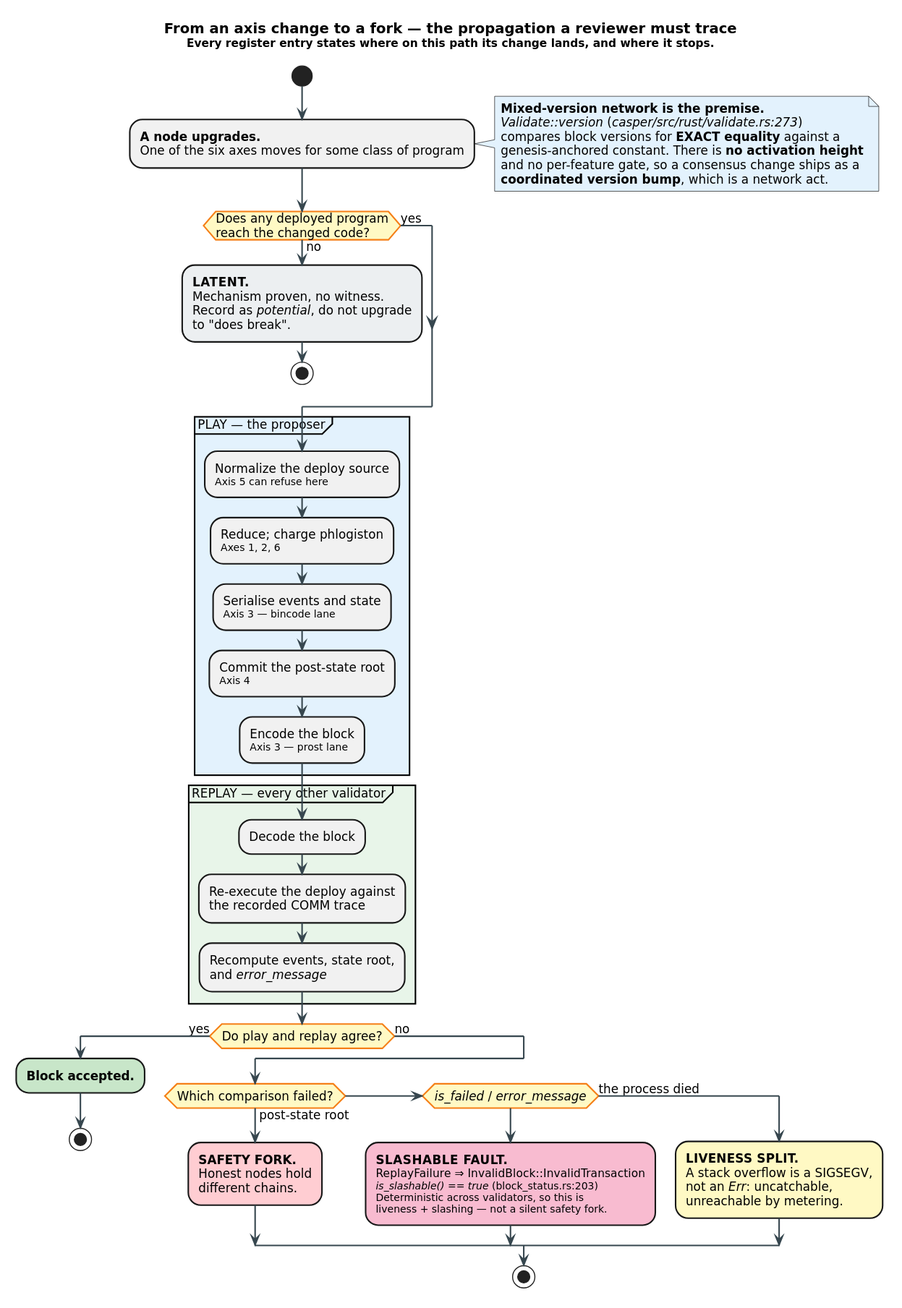
This is docs/consensus/figures/divergence-flow.svg from F1R3FLY-io/f1r3node-rust, a PlantUML export, as it was before one commit.
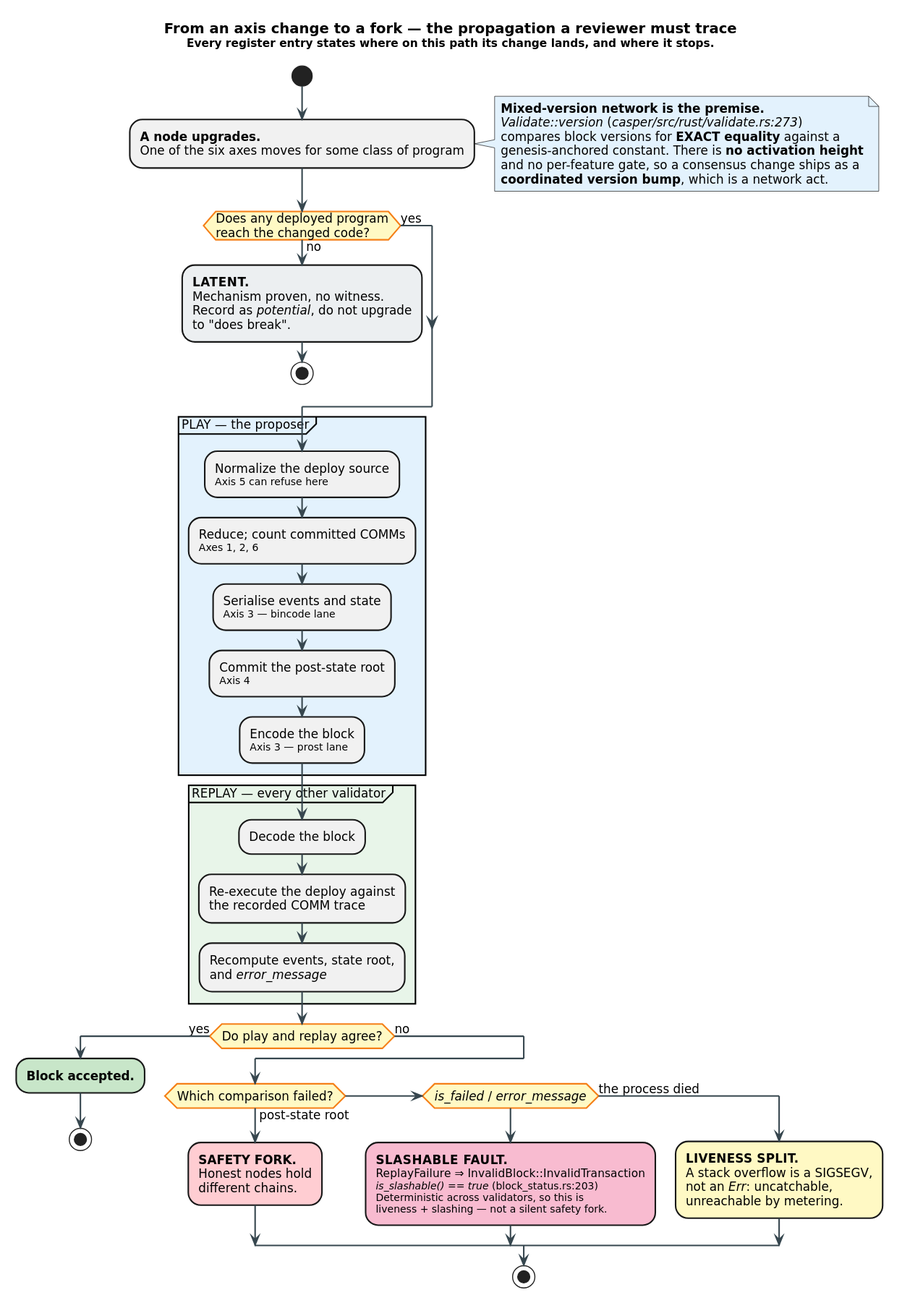
The same file after the commit.

Change to the diagram source:
```diff
@@ -30,7 +30,7 @@
 
 partition "PLAY — the proposer" #E3F2FD {
   :Normalize the deploy source\n<size:10>Axis 5 can refuse here</size>;
-  :Reduce; charge phlogiston\n<size:10>Axes 1, 2, 6</size>;
+  :Reduce; count committed COMMs\n<size:10>Axes 1, 2, 6</size>;
   :Serialise events and state\n<size:10>Axis 3 — bincode lane</size>;
   :Commit the post-state root\n<size:10>Axis 4</size>;
   :Encode the block\n<size:10>Axis 3 — prost lane</size>;
```
